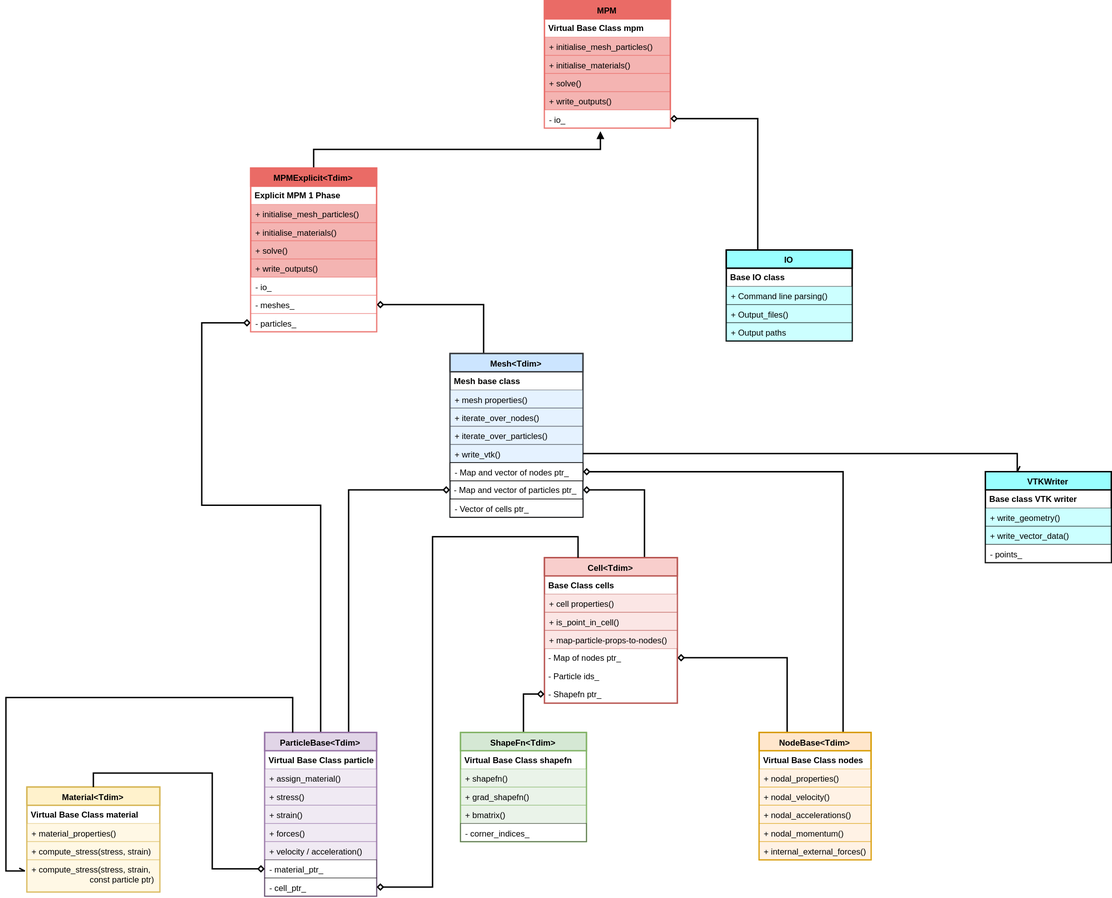
Before: code/media/mpm.svg, a diagram exported from draw.io (cb-geo/mpm-doc). Source tidied: cells renumbered, new cells last; positions are measured from the earlier drawing's top-left corner, leaving out a move shared by most shapes.
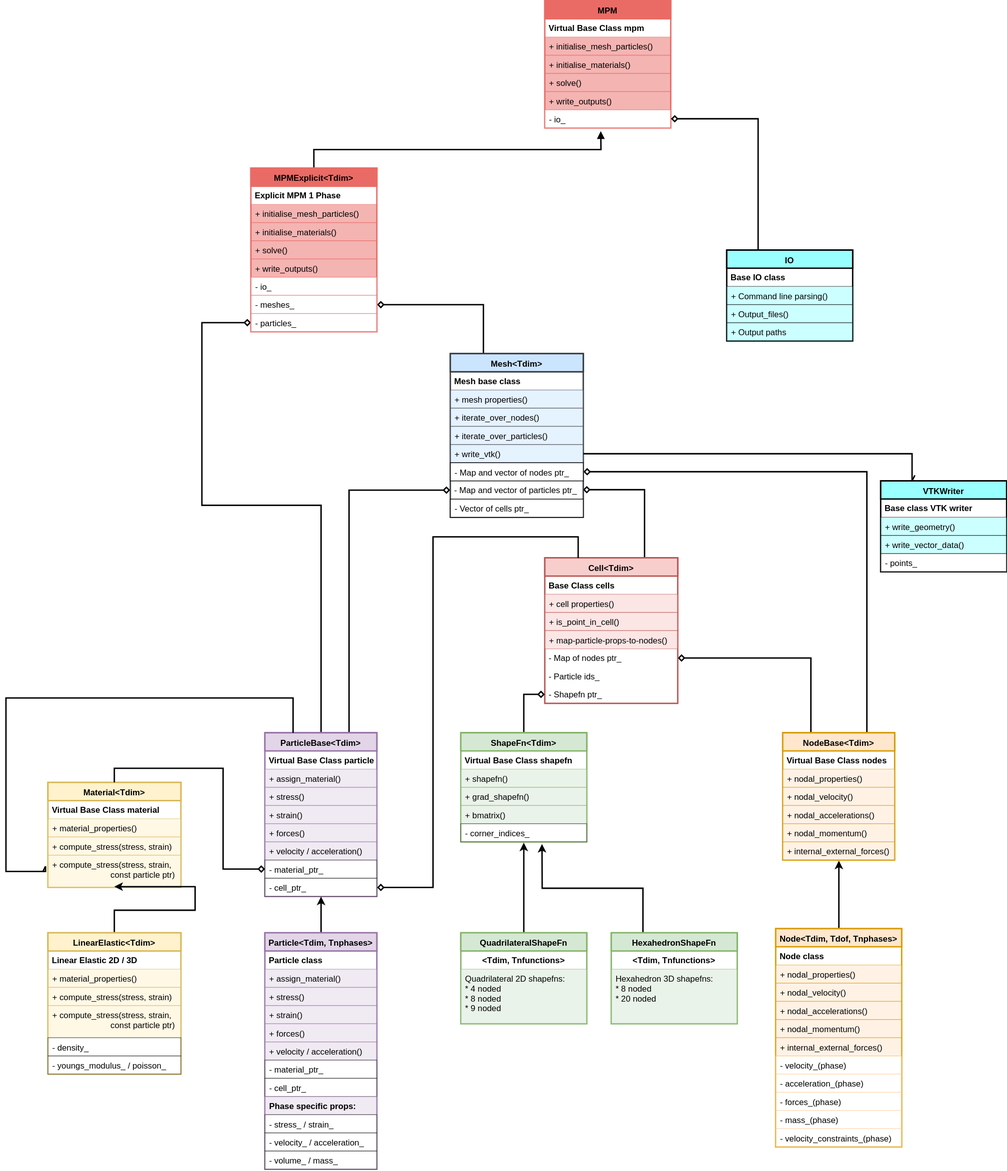
Later version of the same file.

Commit message:
:art: Full UML MPM Explicit algorithm

Diff of the diagram source:
```diff
@@ -48,7 +48,7 @@
       <mxGeometry relative="1" as="geometry" />
     </mxCell>
     <mxCell id="15" value="NodeBase&lt;Tdim&gt;" style="swimlane;fontStyle=1;align=center;verticalAlign=top;horizontal=1;startSize=26;swimlaneFillColor=#ffffff;fillColor=#ffe6cc;strokeColor=#d79b00;strokeWidth=2;" parent="1" vertex="1">
-      <mxGeometry x="1077" y="1047" width="160" height="182" as="geometry" />
+      <mxGeometry x="1110" y="1047" width="160" height="182" as="geometry" />
     </mxCell>
     <mxCell id="16" value="Virtual Base Class nodes" style="text;strokeColor=none;fillColor=none;align=left;verticalAlign=top;spacingLeft=4;spacingRight=4;overflow=hidden;fontStyle=1;" parent="15" vertex="1">
       <mxGeometry y="26" width="160" height="26" as="geometry" />
@@ -122,7 +122,7 @@
       <mxGeometry y="130" width="180" height="26" as="geometry" />
     </mxCell>
     <mxCell id="38" value="Material&lt;Tdim&gt;" style="swimlane;fontStyle=1;align=center;verticalAlign=top;horizontal=1;startSize=26;swimlaneFillColor=#ffffff;fillColor=#fff2cc;strokeColor=#d6b656;strokeWidth=2;" parent="1" vertex="1">
-      <mxGeometry x="30" y="1125" width="190" height="150" as="geometry" />
+      <mxGeometry x="60" y="1118" width="190" height="150" as="geometry" />
     </mxCell>
     <mxCell id="39" value="Virtual Base Class material" style="text;strokeColor=none;fillColor=none;align=left;verticalAlign=top;spacingLeft=4;spacingRight=4;overflow=hidden;fontStyle=1;" parent="38" vertex="1">
       <mxGeometry y="26" width="190" height="26" as="geometry" />
@@ -259,7 +259,7 @@
       <mxGeometry y="104" width="180" height="26" as="geometry" />
     </mxCell>
     <mxCell id="79" value="VTKWriter" style="swimlane;fontStyle=1;align=center;verticalAlign=top;horizontal=1;startSize=26;swimlaneFillColor=#ffffff;fillColor=#99FFFF;strokeColor=#000000;strokeWidth=2;" parent="1" vertex="1">
-      <mxGeometry x="1400.5" y="673.9" width="180" height="130" as="geometry" />
+      <mxGeometry x="1250" y="686.9" width="180" height="130" as="geometry" />
     </mxCell>
     <mxCell id="80" value="Base class VTK writer" style="text;strokeColor=none;fillColor=none;align=left;verticalAlign=top;spacingLeft=4;spacingRight=4;overflow=hidden;fontStyle=1;" parent="79" vertex="1">
       <mxGeometry y="26" width="180" height="26" as="geometry" />
@@ -276,5 +276,146 @@
     <mxCell id="84" style="edgeStyle=orthogonalEdgeStyle;rounded=0;html=1;exitX=1;exitY=0.5;entryX=0.25;entryY=0;endArrow=openAsync;endFill=0;jettySize=auto;strokeWidth=2;" parent="1" edge="1" source="51" target="79">
       <mxGeometry relative="1" as="geometry" />
     </mxCell>
+    <mxCell id="85" style="edgeStyle=orthogonalEdgeStyle;rounded=0;html=1;exitX=0.5;exitY=0;jettySize=auto;strokeWidth=2;" parent="1" edge="1" source="86">
+      <mxGeometry relative="1" as="geometry">
+        <mxPoint x="740" y="1204" as="targetPoint" />
+        <Array as="points">
+          <mxPoint x="740" y="1204" />
+        </Array>
+      </mxGeometry>
+    </mxCell>
+    <mxCell id="86" value="QuadrilateralShapeFn" style="swimlane;fontStyle=1;align=center;verticalAlign=top;horizontal=1;startSize=26;swimlaneFillColor=#ffffff;fillColor=#d5e8d4;strokeColor=#82b366;strokeWidth=2;" parent="1" vertex="1">
+      <mxGeometry x="650" y="1333" width="180" height="130" as="geometry" />
+    </mxCell>
+    <mxCell id="87" value="&lt;Tdim, Tnfunctions&gt;" style="text;strokeColor=none;fillColor=none;align=center;verticalAlign=top;spacingLeft=4;spacingRight=4;overflow=hidden;fontStyle=1;" parent="86" vertex="1">
+      <mxGeometry y="26" width="180" height="26" as="geometry" />
+    </mxCell>
+    <mxCell id="88" value="Quadrilateral 2D shapefns:&#10;* 4 noded&#10;* 8 noded&#10;* 9 noded&#10;&#10;" style="text;strokeColor=#82b366;fillColor=#d5e8d4;align=left;verticalAlign=top;spacingLeft=4;spacingRight=4;overflow=hidden;opacity=50;" parent="86" vertex="1">
+      <mxGeometry y="52" width="180" height="78" as="geometry" />
+    </mxCell>
+    <mxCell id="89" style="edgeStyle=orthogonalEdgeStyle;rounded=0;jumpSize=2;html=1;exitX=0.25;exitY=0;jettySize=auto;strokeWidth=2;" parent="1" edge="1" source="90">
+      <mxGeometry relative="1" as="geometry">
+        <mxPoint x="766" y="1206" as="targetPoint" />
+      </mxGeometry>
+    </mxCell>
+    <mxCell id="90" value="HexahedronShapeFn" style="swimlane;fontStyle=1;align=center;verticalAlign=top;horizontal=1;startSize=26;swimlaneFillColor=#ffffff;fillColor=#d5e8d4;strokeColor=#82b366;strokeWidth=2;" parent="1" vertex="1">
+      <mxGeometry x="865" y="1333" width="180" height="130" as="geometry" />
+    </mxCell>
+    <mxCell id="91" value="&lt;Tdim, Tnfunctions&gt;" style="text;strokeColor=none;fillColor=none;align=center;verticalAlign=top;spacingLeft=4;spacingRight=4;overflow=hidden;fontStyle=1;" parent="90" vertex="1">
+      <mxGeometry y="26" width="180" height="26" as="geometry" />
+    </mxCell>
+    <mxCell id="92" value="Hexahedron 3D shapefns:&#10;* 8 noded&#10;* 20 noded&#10;&#10;" style="text;strokeColor=#82b366;fillColor=#d5e8d4;align=left;verticalAlign=top;spacingLeft=4;spacingRight=4;overflow=hidden;opacity=50;" parent="90" vertex="1">
+      <mxGeometry y="52" width="180" height="78" as="geometry" />
+    </mxCell>
+    <mxCell id="93" style="edgeStyle=orthogonalEdgeStyle;rounded=0;html=1;exitX=0.5;exitY=0;jettySize=auto;strokeWidth=2;" parent="1" edge="1" source="94">
+      <mxGeometry relative="1" as="geometry">
+        <mxPoint x="1190" y="1230" as="targetPoint" />
+        <Array as="points">
+          <mxPoint x="1190" y="1230" />
+        </Array>
+      </mxGeometry>
+    </mxCell>
+    <mxCell id="94" value="Node&lt;Tdim, Tdof, Tnphases&gt;" style="swimlane;fontStyle=1;align=center;verticalAlign=top;horizontal=1;startSize=26;swimlaneFillColor=#ffffff;fillColor=#ffe6cc;strokeColor=#d79b00;strokeWidth=2;" parent="1" vertex="1">
+      <mxGeometry x="1100" y="1327" width="180" height="312" as="geometry" />
+    </mxCell>
+    <mxCell id="95" value="Node class" style="text;strokeColor=none;fillColor=none;align=left;verticalAlign=top;spacingLeft=4;spacingRight=4;overflow=hidden;fontStyle=1;" parent="94" vertex="1">
+      <mxGeometry y="26" width="180" height="26" as="geometry" />
+    </mxCell>
+    <mxCell id="96" value="+ nodal_properties()" style="text;strokeColor=#d79b00;fillColor=#ffe6cc;align=left;verticalAlign=top;spacingLeft=4;spacingRight=4;overflow=hidden;fontStyle=0;opacity=50;" parent="94" vertex="1">
+      <mxGeometry y="52" width="180" height="26" as="geometry" />
+    </mxCell>
+    <mxCell id="97" value="+ nodal_velocity()" style="text;strokeColor=#d79b00;fillColor=#ffe6cc;align=left;verticalAlign=top;spacingLeft=4;spacingRight=4;overflow=hidden;fontStyle=0;opacity=50;" parent="94" vertex="1">
+      <mxGeometry y="78" width="180" height="26" as="geometry" />
+    </mxCell>
+    <mxCell id="98" value="+ nodal_accelerations()" style="text;strokeColor=#d79b00;fillColor=#ffe6cc;align=left;verticalAlign=top;spacingLeft=4;spacingRight=4;overflow=hidden;fontStyle=0;opacity=50;" parent="94" vertex="1">
+      <mxGeometry y="104" width="180" height="26" as="geometry" />
+    </mxCell>
+    <mxCell id="99" value="+ nodal_momentum()" style="text;strokeColor=#d79b00;fillColor=#ffe6cc;align=left;verticalAlign=top;spacingLeft=4;spacingRight=4;overflow=hidden;fontStyle=0;opacity=50;" parent="94" vertex="1">
+      <mxGeometry y="130" width="180" height="26" as="geometry" />
+    </mxCell>
+    <mxCell id="100" value="+ internal_external_forces()" style="text;strokeColor=#d79b00;fillColor=#ffe6cc;align=left;verticalAlign=top;spacingLeft=4;spacingRight=4;overflow=hidden;fontStyle=0;opacity=50;" parent="94" vertex="1">
+      <mxGeometry y="156" width="180" height="26" as="geometry" />
+    </mxCell>
+    <mxCell id="101" value="- velocity_(phase)" style="text;strokeColor=#FFCC99;fillColor=#ffffff;align=left;verticalAlign=top;spacingLeft=4;spacingRight=4;overflow=hidden;fontStyle=0;opacity=50;" parent="94" vertex="1">
+      <mxGeometry y="182" width="180" height="26" as="geometry" />
+    </mxCell>
+    <mxCell id="102" value="- acceleration_(phase)" style="text;strokeColor=#FFCC99;fillColor=#ffffff;align=left;verticalAlign=top;spacingLeft=4;spacingRight=4;overflow=hidden;fontStyle=0;opacity=50;" parent="94" vertex="1">
+      <mxGeometry y="208" width="180" height="26" as="geometry" />
+    </mxCell>
+    <mxCell id="103" value="- forces_(phase)" style="text;strokeColor=#FFCC99;fillColor=#ffffff;align=left;verticalAlign=top;spacingLeft=4;spacingRight=4;overflow=hidden;fontStyle=0;opacity=50;" parent="94" vertex="1">
+      <mxGeometry y="234" width="180" height="26" as="geometry" />
+    </mxCell>
+    <mxCell id="104" value="- mass_(phase)" style="text;strokeColor=#FFCC99;fillColor=#ffffff;align=left;verticalAlign=top;spacingLeft=4;spacingRight=4;overflow=hidden;fontStyle=0;opacity=50;" parent="94" vertex="1">
+      <mxGeometry y="260" width="180" height="26" as="geometry" />
+    </mxCell>
+    <mxCell id="105" value="- velocity_constraints_(phase)" style="text;strokeColor=#FFCC99;fillColor=#ffffff;align=left;verticalAlign=top;spacingLeft=4;spacingRight=4;overflow=hidden;fontStyle=0;opacity=50;" parent="94" vertex="1">
+      <mxGeometry y="286" width="180" height="26" as="geometry" />
+    </mxCell>
+    <mxCell id="106" style="edgeStyle=orthogonalEdgeStyle;rounded=0;html=1;exitX=0.5;exitY=0;entryX=0.5;entryY=1;jettySize=auto;strokeWidth=2;" parent="1" edge="1" source="107" target="4">
+      <mxGeometry relative="1" as="geometry" />
+    </mxCell>
+    <mxCell id="107" value="Particle&lt;Tdim, Tnphases&gt;" style="swimlane;fontStyle=1;align=center;verticalAlign=top;horizontal=1;startSize=26;swimlaneFillColor=#ffffff;fillColor=#e1d5e7;strokeColor=#9673a6;strokeWidth=2;" parent="1" vertex="1">
+      <mxGeometry x="370" y="1333" width="160" height="338" as="geometry" />
+    </mxCell>
+    <mxCell id="108" value="Particle class" style="text;strokeColor=none;fillColor=none;align=left;verticalAlign=top;spacingLeft=4;spacingRight=4;overflow=hidden;fontStyle=1;" parent="107" vertex="1">
+      <mxGeometry y="26" width="160" height="26" as="geometry" />
+    </mxCell>
+    <mxCell id="109" value="+ assign_material()" style="text;strokeColor=#9673a6;fillColor=#e1d5e7;align=left;verticalAlign=top;spacingLeft=4;spacingRight=4;overflow=hidden;fontStyle=0;opacity=50;" parent="107" vertex="1">
+      <mxGeometry y="52" width="160" height="26" as="geometry" />
+    </mxCell>
+    <mxCell id="110" value="+ stress()" style="text;strokeColor=#9673a6;fillColor=#e1d5e7;align=left;verticalAlign=top;spacingLeft=4;spacingRight=4;overflow=hidden;fontStyle=0;opacity=50;" parent="107" vertex="1">
+      <mxGeometry y="78" width="160" height="26" as="geometry" />
+    </mxCell>
+    <mxCell id="111" value="+ strain()" style="text;strokeColor=#9673a6;fillColor=#e1d5e7;align=left;verticalAlign=top;spacingLeft=4;spacingRight=4;overflow=hidden;fontStyle=0;opacity=50;" parent="107" vertex="1">
+      <mxGeometry y="104" width="160" height="26" as="geometry" />
+    </mxCell>
+    <mxCell id="112" value="+ forces()&#10;" style="text;strokeColor=#9673a6;fillColor=#e1d5e7;align=left;verticalAlign=top;spacingLeft=4;spacingRight=4;overflow=hidden;fontStyle=0;opacity=50;" parent="107" vertex="1">
+      <mxGeometry y="130" width="160" height="26" as="geometry" />
+    </mxCell>
+    <mxCell id="113" value="+ velocity / acceleration()" style="text;strokeColor=#9673a6;fillColor=#e1d5e7;align=left;verticalAlign=top;spacingLeft=4;spacingRight=4;overflow=hidden;fontStyle=0;opacity=50;" parent="107" vertex="1">
+      <mxGeometry y="156" width="160" height="26" as="geometry" />
+    </mxCell>
+    <mxCell id="114" value="- material_ptr_" style="text;strokeColor=#000000;fillColor=#ffffff;align=left;verticalAlign=top;spacingLeft=4;spacingRight=4;overflow=hidden;fontStyle=0;opacity=50;" parent="107" vertex="1">
+      <mxGeometry y="182" width="160" height="26" as="geometry" />
+    </mxCell>
+    <mxCell id="115" value="- cell_ptr_" style="text;strokeColor=#000000;fillColor=#ffffff;align=left;verticalAlign=top;spacingLeft=4;spacingRight=4;overflow=hidden;fontStyle=0;opacity=50;" parent="107" vertex="1">
+      <mxGeometry y="208" width="160" height="26" as="geometry" />
+    </mxCell>
+    <mxCell id="116" value="Phase specific props:" style="text;strokeColor=#9673a6;fillColor=#e1d5e7;align=left;verticalAlign=top;spacingLeft=4;spacingRight=4;overflow=hidden;fontStyle=1;opacity=50;" parent="107" vertex="1">
+      <mxGeometry y="234" width="160" height="26" as="geometry" />
+    </mxCell>
+    <mxCell id="117" value="- stress_ / strain_" style="text;strokeColor=#000000;fillColor=#ffffff;align=left;verticalAlign=top;spacingLeft=4;spacingRight=4;overflow=hidden;fontStyle=0;opacity=50;" parent="107" vertex="1">
+      <mxGeometry y="260" width="160" height="26" as="geometry" />
+    </mxCell>
+    <mxCell id="118" value="- velocity_ / acceleration_" style="text;strokeColor=#000000;fillColor=#ffffff;align=left;verticalAlign=top;spacingLeft=4;spacingRight=4;overflow=hidden;fontStyle=0;opacity=50;" parent="107" vertex="1">
+      <mxGeometry y="286" width="160" height="26" as="geometry" />
+    </mxCell>
+    <mxCell id="119" value="- volume_ / mass_" style="text;strokeColor=#000000;fillColor=#ffffff;align=left;verticalAlign=top;spacingLeft=4;spacingRight=4;overflow=hidden;fontStyle=0;opacity=50;" parent="107" vertex="1">
+      <mxGeometry y="312" width="160" height="26" as="geometry" />
+    </mxCell>
+    <mxCell id="120" style="edgeStyle=orthogonalEdgeStyle;rounded=0;html=1;exitX=0.5;exitY=0;jettySize=auto;strokeWidth=2;entryX=0.5;entryY=0.978;entryPerimeter=0;" parent="1" edge="1" source="121" target="42">
+      <mxGeometry relative="1" as="geometry" />
+    </mxCell>
+    <mxCell id="121" value="LinearElastic&lt;Tdim&gt;" style="swimlane;fontStyle=1;align=center;verticalAlign=top;horizontal=1;startSize=26;swimlaneFillColor=#ffffff;fillColor=#fff2cc;strokeColor=#d6b656;strokeWidth=2;" parent="1" vertex="1">
+      <mxGeometry x="60" y="1333" width="190" height="202" as="geometry" />
+    </mxCell>
+    <mxCell id="122" value="Linear Elastic 2D / 3D" style="text;strokeColor=none;fillColor=none;align=left;verticalAlign=top;spacingLeft=4;spacingRight=4;overflow=hidden;fontStyle=1;" parent="121" vertex="1">
+      <mxGeometry y="26" width="190" height="26" as="geometry" />
+    </mxCell>
+    <mxCell id="123" value="+ material_properties()" style="text;strokeColor=#d6b656;fillColor=#fff2cc;align=left;verticalAlign=top;spacingLeft=4;spacingRight=4;overflow=hidden;fontStyle=0;opacity=50;" parent="121" vertex="1">
+      <mxGeometry y="52" width="190" height="26" as="geometry" />
+    </mxCell>
+    <mxCell id="124" value="+ compute_stress(stress, strain)" style="text;strokeColor=#d6b656;fillColor=#fff2cc;align=left;verticalAlign=top;spacingLeft=4;spacingRight=4;overflow=hidden;fontStyle=0;opacity=50;" parent="121" vertex="1">
+      <mxGeometry y="78" width="190" height="26" as="geometry" />
+    </mxCell>
+    <mxCell id="125" value="+ compute_stress(stress, strain, &#10;                         const particle ptr)" style="text;strokeColor=#d6b656;fillColor=#fff2cc;align=left;verticalAlign=top;spacingLeft=4;spacingRight=4;overflow=hidden;fontStyle=0;opacity=50;" parent="121" vertex="1">
+      <mxGeometry y="104" width="190" height="46" as="geometry" />
+    </mxCell>
+    <mxCell id="126" value="- density_" style="text;strokeColor=#000000;fillColor=#ffffff;align=left;verticalAlign=top;spacingLeft=4;spacingRight=4;overflow=hidden;fontStyle=0;opacity=50;" parent="121" vertex="1">
+      <mxGeometry y="150" width="190" height="26" as="geometry" />
+    </mxCell>
+    <mxCell id="127" value="- youngs_modulus_ / poisson_" style="text;strokeColor=#000000;fillColor=#ffffff;align=left;verticalAlign=top;spacingLeft=4;spacingRight=4;overflow=hidden;fontStyle=0;opacity=50;" parent="121" vertex="1">
+      <mxGeometry y="176" width="190" height="26" as="geometry" />
+    </mxCell>
   </root>
 </mxGraphModel>
```
